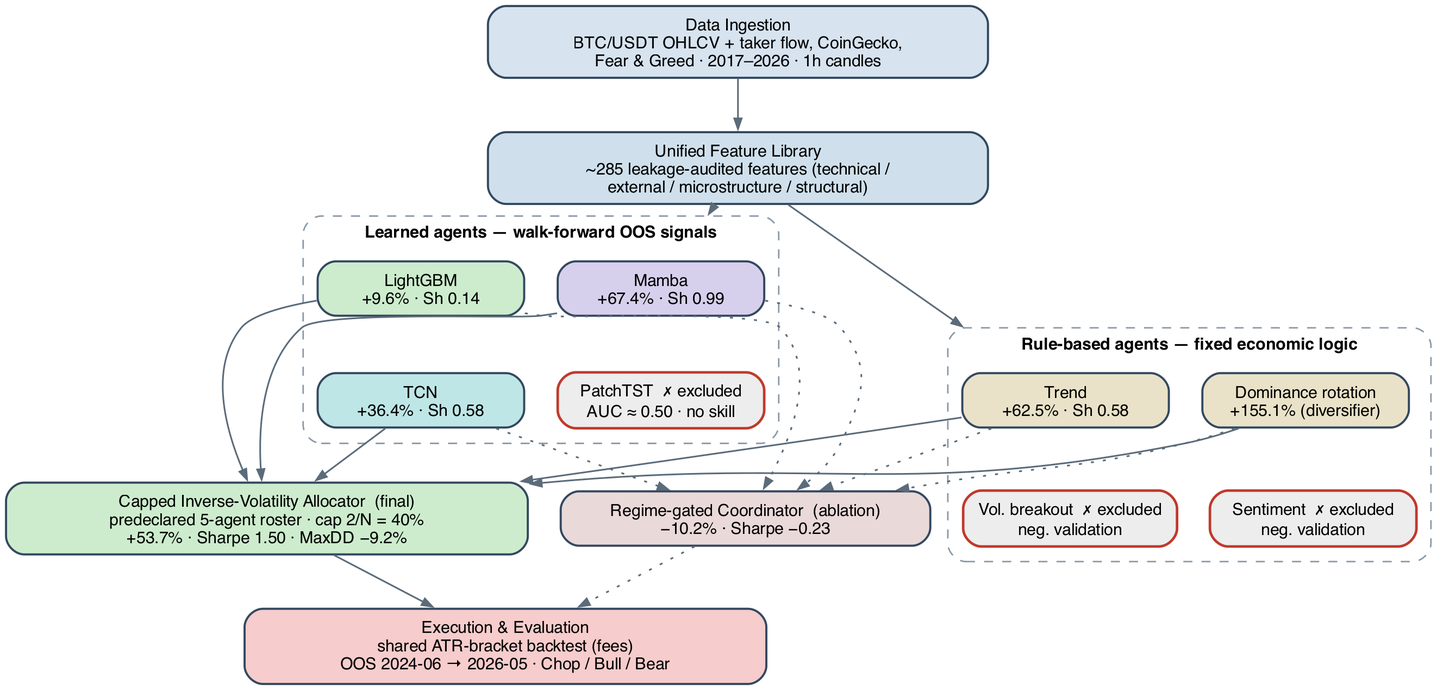
Above: latex_thesis/Master_Thesis___Hybrid_Multi_Agent_Trading_System/Images/system_overview.png in WojciechNeuman/hybrid-multi-agent-trading-system (Graphviz), before the change. Its source is kept beside it as latex_thesis/Master_Thesis___Hybrid_Multi_Agent_Trading_System/Images/system_overview.dot.
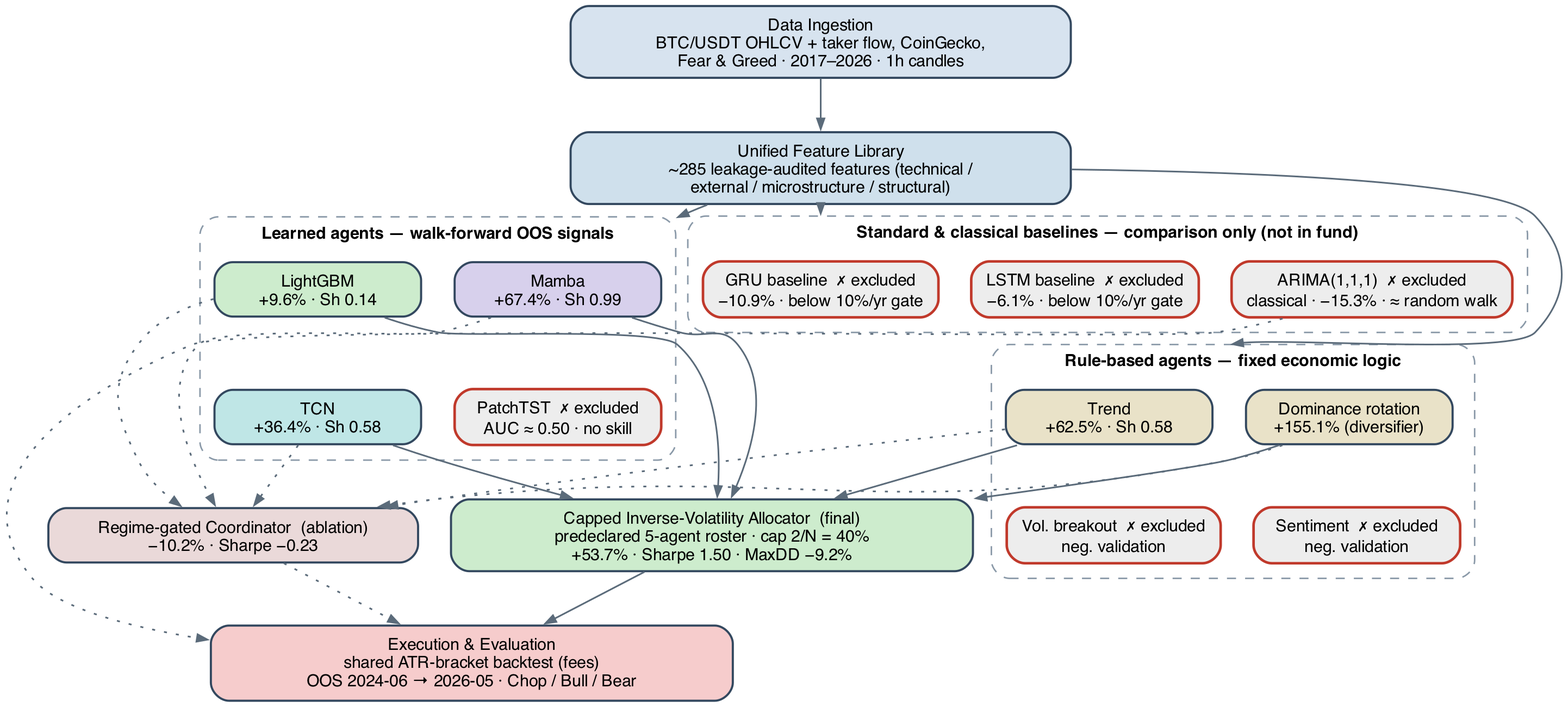
Later version of the same file.

Change to the diagram source:
```diff
@@ -25,6 +25,17 @@
         { rank=same; LGBM; MAMBA; }
         { rank=same; TCN;  PATCH; }
         LGBM -> TCN [style=invis];  MAMBA -> PATCH [style=invis];
+    }
+
+    subgraph cluster_baselines {
+        label="Standard & classical baselines — comparison only (not in fund)";
+        labelloc="t"; fontname="Helvetica-Bold"; fontsize=11;
+        style="dashed,rounded"; color="#8a99a8"; margin=10;
+        GRUB  [label="GRU baseline  ✗ excluded\n−10.9% · below 10%/yr gate",  fillcolor="#ededed", color="#c0392b", penwidth=1.7];
+        LSTMB [label="LSTM baseline  ✗ excluded\n−6.1% · below 10%/yr gate", fillcolor="#ededed", color="#c0392b", penwidth=1.7];
+        ARIMA [label="ARIMA(1,1,1)  ✗ excluded\nclassical · −15.3% · ≈ random walk", fillcolor="#ededed", color="#c0392b", penwidth=1.7];
+        { rank=same; GRUB; LSTMB; ARIMA; }
+        GRUB -> LSTMB [style=invis];  LSTMB -> ARIMA [style=invis];
     }
 
     subgraph cluster_rules {
@@ -57,5 +68,7 @@
 
     ALLOC -> EXEC;
     COORD -> EXEC [style=dotted];
+    FEAT -> GRUB [lhead=cluster_baselines, style=dotted];
+    ARIMA -> EXEC [style=dotted, constraint=false];
     { rank=same; ALLOC; COORD; }
 }
```
